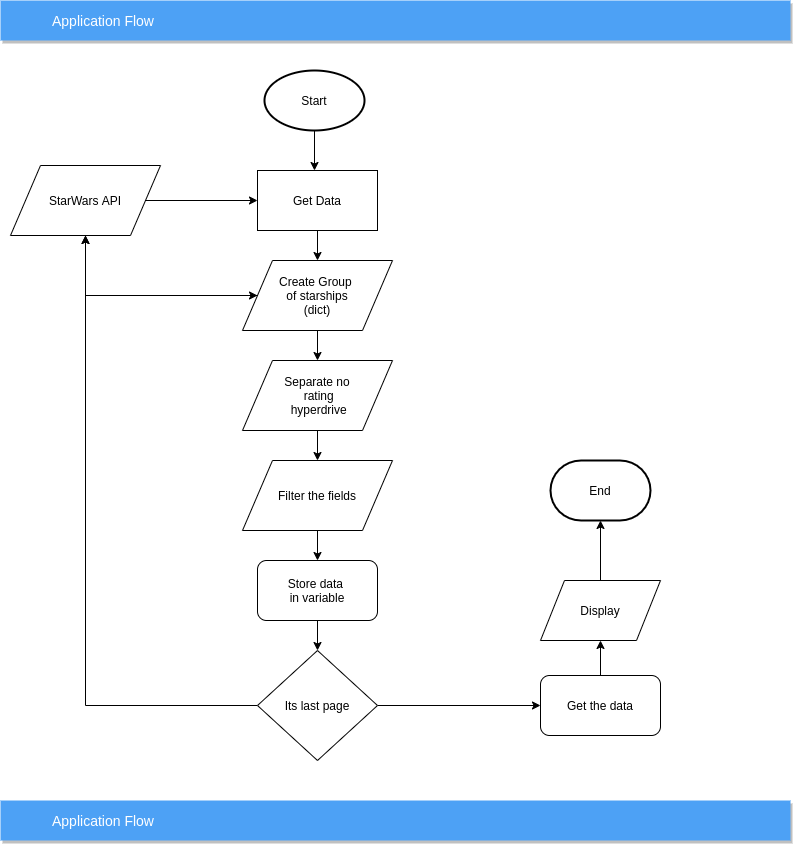
This is architecture.png from sbsanjaybharti/star_war_ships, a draw.io export, as it was before one commit. Source tidied: cells renumbered, new cells last; positions are measured from the earlier drawing's top-left corner, leaving out a move shared by most shapes.
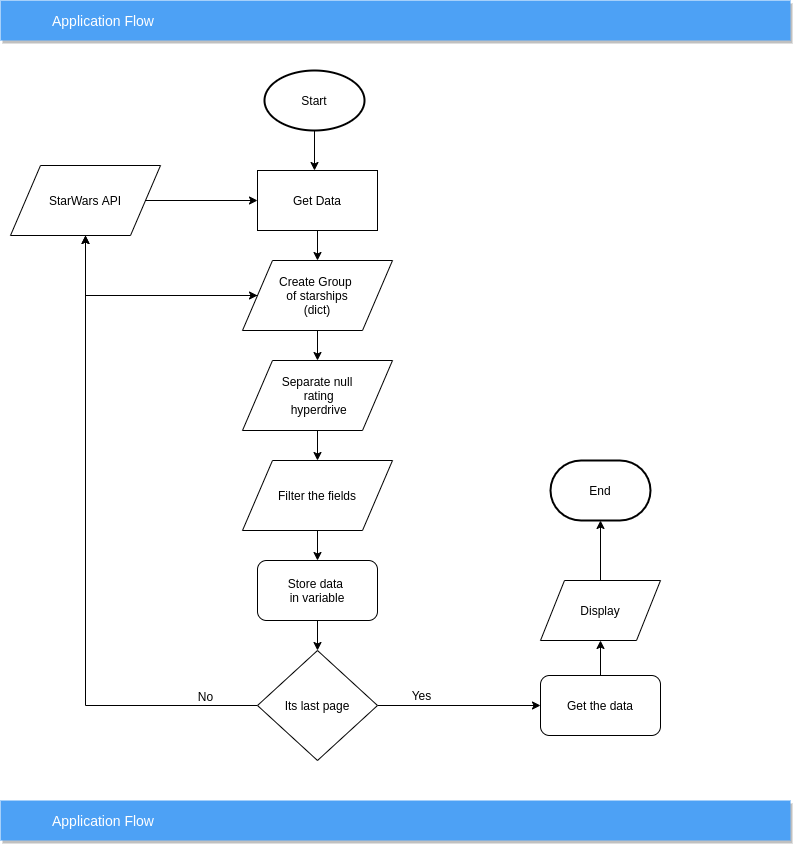
Above is the later version.

Change to the diagram source:
```diff
@@ -71,7 +71,7 @@
     <mxCell id="22" style="edgeStyle=orthogonalEdgeStyle;rounded=0;jettySize=auto;html=1;entryX=0.5;entryY=0;entryDx=0;entryDy=0;" parent="1" edge="1" source="23" target="25">
       <mxGeometry relative="1" as="geometry" />
     </mxCell>
-    <mxCell id="23" value="Separate no&lt;br&gt;&amp;nbsp;rating&lt;br&gt;&amp;nbsp;hyperdrive" style="shape=parallelogram;perimeter=parallelogramPerimeter;whiteSpace=wrap;html=1;" parent="1" vertex="1">
+    <mxCell id="23" value="Separate null&lt;br&gt;&amp;nbsp;rating&lt;br&gt;&amp;nbsp;hyperdrive" style="shape=parallelogram;perimeter=parallelogramPerimeter;whiteSpace=wrap;html=1;" parent="1" vertex="1">
       <mxGeometry x="242" y="360" width="150" height="70" as="geometry" />
     </mxCell>
     <mxCell id="24" style="edgeStyle=orthogonalEdgeStyle;rounded=0;jettySize=auto;html=1;" parent="1" edge="1" source="25" target="27">
@@ -86,5 +86,11 @@
     <mxCell id="27" value="Store data &lt;br&gt;in variable" style="rounded=1;whiteSpace=wrap;html=1;" parent="1" vertex="1">
       <mxGeometry x="257" y="560" width="120" height="60" as="geometry" />
     </mxCell>
+    <mxCell id="28" value="No" style="text;html=1;align=center;verticalAlign=middle;" parent="1" vertex="1">
+      <mxGeometry x="190" y="686" width="30" height="20" as="geometry" />
+    </mxCell>
+    <mxCell id="29" value="Yes" style="text;html=1;align=center;verticalAlign=middle;" parent="1" vertex="1">
+      <mxGeometry x="401" y="685" width="40" height="20" as="geometry" />
+    </mxCell>
   </root>
 </mxGraphModel>
```
